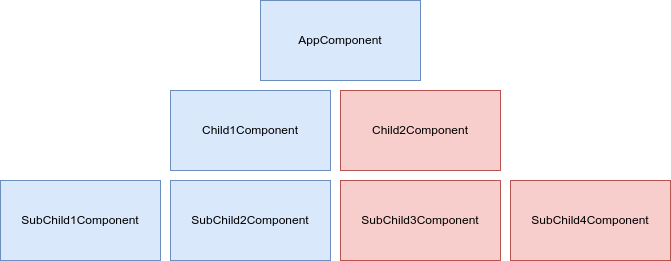
This is slides/assets/zone.png from fallainmat/conference-angular-17, a draw.io export, as it was before one commit. Source tidied: cells renumbered, new cells last; positions are measured from the earlier drawing's top-left corner, leaving out a move shared by most shapes.
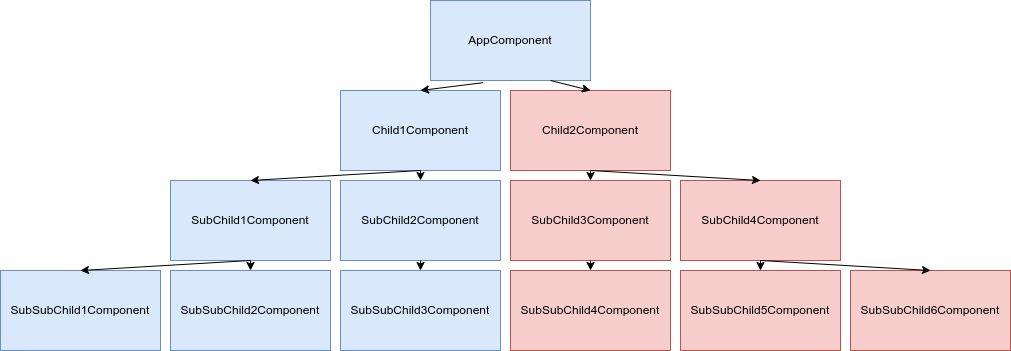
Above is the later version.

Change to the diagram source:
```diff
@@ -23,5 +23,59 @@
     <mxCell id="8" value="SubChild1Component" style="rounded=0;whiteSpace=wrap;html=1;fillColor=#dae8fc;strokeColor=#6c8ebf;" parent="1" vertex="1">
       <mxGeometry y="180" width="160" height="80" as="geometry" />
     </mxCell>
+    <mxCell id="9" style="endArrow=classic;html=1;rounded=0;exitX=0.75;exitY=1;exitDx=0;exitDy=0;entryX=0.5;entryY=0;entryDx=0;entryDy=0;" parent="1" edge="1" source="2" target="3">
+      <mxGeometry relative="1" as="geometry" />
+    </mxCell>
+    <mxCell id="10" style="endArrow=classic;html=1;rounded=0;exitX=0.329;exitY=1.027;exitDx=0;exitDy=0;exitPerimeter=0;entryX=0.5;entryY=0;entryDx=0;entryDy=0;" parent="1" edge="1" source="2" target="5">
+      <mxGeometry relative="1" as="geometry" />
+    </mxCell>
+    <mxCell id="11" style="endArrow=classic;html=1;rounded=0;exitX=0.5;exitY=1;exitDx=0;exitDy=0;entryX=0.5;entryY=0;entryDx=0;entryDy=0;" parent="1" edge="1" source="3" target="6">
+      <mxGeometry relative="1" as="geometry" />
+    </mxCell>
+    <mxCell id="12" style="endArrow=classic;html=1;rounded=0;exitX=0.5;exitY=1;exitDx=0;exitDy=0;entryX=0.5;entryY=0;entryDx=0;entryDy=0;" parent="1" edge="1" source="3" target="4">
+      <mxGeometry relative="1" as="geometry" />
+    </mxCell>
+    <mxCell id="13" style="endArrow=classic;html=1;rounded=0;exitX=0.5;exitY=1;exitDx=0;exitDy=0;entryX=0.5;entryY=0;entryDx=0;entryDy=0;" parent="1" edge="1" source="5" target="7">
+      <mxGeometry relative="1" as="geometry" />
+    </mxCell>
+    <mxCell id="14" style="endArrow=classic;html=1;rounded=0;exitX=0.5;exitY=1;exitDx=0;exitDy=0;entryX=0.5;entryY=0;entryDx=0;entryDy=0;" parent="1" edge="1" source="5" target="8">
+      <mxGeometry relative="1" as="geometry" />
+    </mxCell>
+    <mxCell id="15" value="SubSubChild3Component" style="rounded=0;whiteSpace=wrap;html=1;fillColor=#dae8fc;strokeColor=#6c8ebf;" parent="1" vertex="1">
+      <mxGeometry x="170" y="270" width="160" height="80" as="geometry" />
+    </mxCell>
+    <mxCell id="16" value="SubSubChild2Component" style="rounded=0;whiteSpace=wrap;html=1;fillColor=#dae8fc;strokeColor=#6c8ebf;" parent="1" vertex="1">
+      <mxGeometry y="270" width="160" height="80" as="geometry" />
+    </mxCell>
+    <mxCell id="17" value="SubSubChild1Component" style="rounded=0;whiteSpace=wrap;html=1;fillColor=#dae8fc;strokeColor=#6c8ebf;" parent="1" vertex="1">
+      <mxGeometry x="-170" y="270" width="160" height="80" as="geometry" />
+    </mxCell>
+    <mxCell id="18" value="SubSubChild4Component" style="rounded=0;whiteSpace=wrap;html=1;fillColor=#f8cecc;strokeColor=#b85450;" parent="1" vertex="1">
+      <mxGeometry x="340" y="270" width="160" height="80" as="geometry" />
+    </mxCell>
+    <mxCell id="19" value="SubSubChild5Component" style="rounded=0;whiteSpace=wrap;html=1;fillColor=#f8cecc;strokeColor=#b85450;" parent="1" vertex="1">
+      <mxGeometry x="510" y="270" width="160" height="80" as="geometry" />
+    </mxCell>
+    <mxCell id="20" value="SubSubChild6Component" style="rounded=0;whiteSpace=wrap;html=1;fillColor=#f8cecc;strokeColor=#b85450;" parent="1" vertex="1">
+      <mxGeometry x="680" y="270" width="160" height="80" as="geometry" />
+    </mxCell>
+    <mxCell id="21" style="endArrow=classic;html=1;rounded=0;exitX=0.5;exitY=1;exitDx=0;exitDy=0;entryX=0.5;entryY=0;entryDx=0;entryDy=0;" parent="1" edge="1" source="8" target="17">
+      <mxGeometry relative="1" as="geometry" />
+    </mxCell>
+    <mxCell id="22" style="endArrow=classic;html=1;rounded=0;exitX=0.5;exitY=1;exitDx=0;exitDy=0;entryX=0.5;entryY=0;entryDx=0;entryDy=0;" parent="1" edge="1" source="8" target="16">
+      <mxGeometry relative="1" as="geometry" />
+    </mxCell>
+    <mxCell id="23" style="endArrow=classic;html=1;rounded=0;exitX=0.5;exitY=1;exitDx=0;exitDy=0;entryX=0.5;entryY=0;entryDx=0;entryDy=0;" parent="1" edge="1" source="7" target="15">
+      <mxGeometry relative="1" as="geometry" />
+    </mxCell>
+    <mxCell id="24" style="endArrow=classic;html=1;rounded=0;exitX=0.5;exitY=1;exitDx=0;exitDy=0;entryX=0.5;entryY=0;entryDx=0;entryDy=0;" parent="1" edge="1" source="6" target="18">
+      <mxGeometry relative="1" as="geometry" />
+    </mxCell>
+    <mxCell id="25" style="endArrow=classic;html=1;rounded=0;exitX=0.5;exitY=1;exitDx=0;exitDy=0;" parent="1" edge="1" source="4" target="19">
+      <mxGeometry relative="1" as="geometry" />
+    </mxCell>
+    <mxCell id="26" style="endArrow=classic;html=1;rounded=0;exitX=0.5;exitY=1;exitDx=0;exitDy=0;entryX=0.5;entryY=0;entryDx=0;entryDy=0;" parent="1" edge="1" source="4" target="20">
+      <mxGeometry relative="1" as="geometry" />
+    </mxCell>
   </root>
 </mxGraphModel>
```
